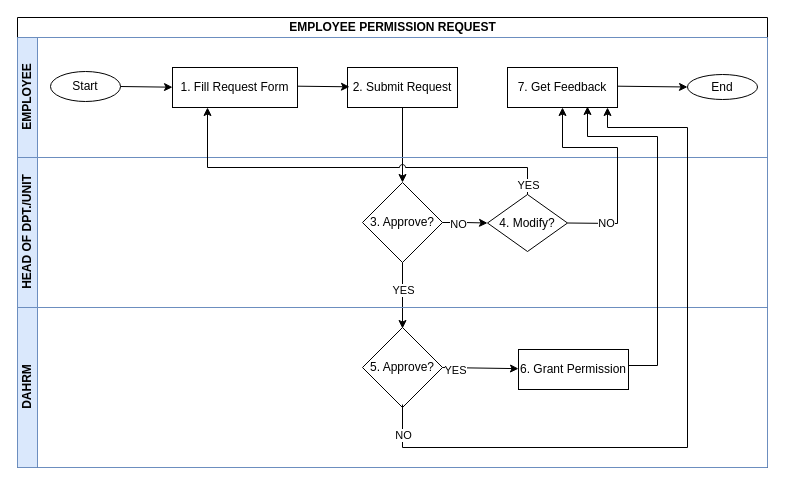
Before: page "employee permission request" (1 of 15) of wajibika/wajibika-sketches.drawio in MbalamulaS/tech-diagrams, a draw.io diagram. Source tidied: cells renumbered, new cells numbered last; positions are measured from the earlier drawing's top-left corner, leaving out a move shared by most shapes. Both pictures are drawn from the tidied source at 100%, with x=0, y=0 at pixel (17, 17).
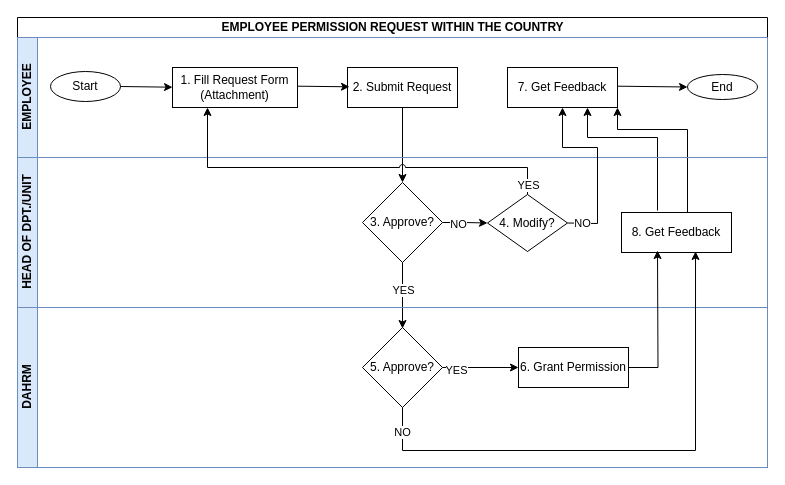
The same diagram, later.

Unchanged cells that the change refers to:
```xml
<mxCell id="3" value="EMPLOYEE" style="swimlane;startSize=20;horizontal=0;html=1;fillColor=#dae8fc;strokeColor=#6c8ebf;swimlaneFillColor=#FFFFFF;" parent="2" vertex="1">
  <mxGeometry y="20" width="750" height="120" as="geometry" />
</mxCell>
<mxCell id="9" value="7. Get Feedback" style="whiteSpace=wrap;html=1;" parent="3" vertex="1">
  <mxGeometry x="490" y="30" width="110" height="40" as="geometry" />
</mxCell>
<mxCell id="13" value="HEAD OF DPT./UNIT" style="swimlane;startSize=20;horizontal=0;html=1;fillColor=#dae8fc;strokeColor=#6c8ebf;" parent="2" vertex="1">
  <mxGeometry y="140" width="750" height="150" as="geometry" />
</mxCell>
<mxCell id="17" value="&lt;div&gt;4. Modify?&lt;br&gt;&lt;/div&gt;" style="rhombus;whiteSpace=wrap;html=1;" parent="13" vertex="1">
  <mxGeometry x="470" y="37" width="80" height="57" as="geometry" />
</mxCell>
<mxCell id="24" value="DAHRM" style="swimlane;startSize=20;horizontal=0;html=1;fillColor=#dae8fc;strokeColor=#6c8ebf;" parent="2" vertex="1">
  <mxGeometry y="290" width="750" height="160" as="geometry" />
</mxCell>
<mxCell id="25" value="&lt;div&gt;5. Approve?&lt;br&gt;&lt;/div&gt;" style="rhombus;whiteSpace=wrap;html=1;" parent="24" vertex="1">
  <mxGeometry x="345" y="20" width="80" height="80" as="geometry" />
</mxCell>
```

What changed in the source:
```diff
@@
-    <mxCell id="2" value="EMPLOYEE PERMISSION REQUEST" style="swimlane;horizontal=1;startSize=20;html=1;swimlaneFillColor=#FFFFFF;" parent="1" vertex="1">
+    <mxCell id="2" value="EMPLOYEE PERMISSION REQUEST WITHIN THE COUNTRY" style="swimlane;horizontal=1;startSize=20;html=1;swimlaneFillColor=#FFFFFF;" parent="1" vertex="1">
       <mxGeometry width="750" height="450" as="geometry" />
     </mxCell>
@@
-    <mxCell id="5" value="1. Fill Request Form" style="whiteSpace=wrap;html=1;" parent="3" vertex="1">
+    <mxCell id="5" value="1. Fill Request Form (Attachment)" style="whiteSpace=wrap;html=1;" parent="3" vertex="1">
       <mxGeometry x="155" y="30" width="125" height="40" as="geometry" />
     </mxCell>
@@
+    <mxCell id="32" style="endArrow=classic;html=1;rounded=0;entryX=1;entryY=1;entryDx=0;entryDy=0;exitX=0.273;exitY=0.2;exitDx=0;exitDy=0;exitPerimeter=0;" parent="3" edge="1" target="9">
+      <mxGeometry relative="1" as="geometry">
+        <mxPoint x="670" y="176" as="sourcePoint" />
+        <Array as="points">
+          <mxPoint x="670" y="92" />
+          <mxPoint x="600" y="92" />
+        </Array>
+      </mxGeometry>
+    </mxCell>
+    <mxCell id="33" style="endArrow=classic;html=1;rounded=0;entryX=0.727;entryY=1.075;entryDx=0;entryDy=0;entryPerimeter=0;" parent="3" edge="1">
+      <mxGeometry relative="1" as="geometry">
+        <mxPoint x="640" y="173" as="sourcePoint" />
+        <mxPoint x="570" y="70" as="targetPoint" />
+        <Array as="points">
+          <mxPoint x="640" y="100" />
+          <mxPoint x="570" y="100" />
+        </Array>
+      </mxGeometry>
+    </mxCell>
@@
+    <mxCell id="34" value="8. Get Feedback" style="whiteSpace=wrap;html=1;" parent="13" vertex="1">
+      <mxGeometry x="604" y="55" width="110" height="40" as="geometry" />
+    </mxCell>
     <mxCell id="22" style="endArrow=classic;html=1;rounded=0;exitX=1;exitY=0.5;exitDx=0;exitDy=0;entryX=0.5;entryY=1;entryDx=0;entryDy=0;" parent="2" edge="1" source="17" target="9">
       <mxGeometry relative="1" as="geometry">
         <Array as="points">
-          <mxPoint x="600" y="206" />
-          <mxPoint x="600" y="130" />
+          <mxPoint x="580" y="206" />
+          <mxPoint x="580" y="130" />
           <mxPoint x="545" y="130" />
         </Array>
       </mxGeometry>
     </mxCell>
-    <mxCell id="23" value="NO" style="edgeLabel;html=1;align=center;verticalAlign=middle;" parent="22" vertex="1">
-      <mxGeometry x="-0.65" relative="1" as="geometry" />
-    </mxCell>
+    <mxCell id="35" value="NO" style="edgeLabel;html=1;align=center;verticalAlign=middle;" parent="22" vertex="1">
+      <mxGeometry x="-0.83" relative="1" as="geometry" />
+    </mxCell>
@@
+    <mxCell id="36" style="edgeStyle=orthogonalEdgeStyle;rounded=0;jettySize=auto;html=1;" parent="24" edge="1" source="26">
+      <mxGeometry relative="1" as="geometry">
+        <mxPoint x="640" y="-57" as="targetPoint" />
+      </mxGeometry>
+    </mxCell>
     <mxCell id="26" value="6. Grant Permission" style="whiteSpace=wrap;html=1;" parent="24" vertex="1">
-      <mxGeometry x="501" y="42" width="110" height="40" as="geometry" />
+      <mxGeometry x="501" y="40" width="110" height="40" as="geometry" />
     </mxCell>
@@
-    <mxCell id="29" style="endArrow=classic;html=1;rounded=0;exitX=0.5;exitY=1;exitDx=0;exitDy=0;" parent="2" edge="1">
-      <mxGeometry relative="1" as="geometry">
-        <mxPoint x="385" y="387" as="sourcePoint" />
-        <mxPoint x="590" y="90" as="targetPoint" />
-        <Array as="points">
-          <mxPoint x="385" y="430" />
-          <mxPoint x="670" y="430" />
-          <mxPoint x="670" y="110" />
-          <mxPoint x="590" y="110" />
-        </Array>
-      </mxGeometry>
-    </mxCell>
-    <mxCell id="30" value="NO" style="edgeLabel;html=1;align=center;verticalAlign=middle;" parent="29" vertex="1">
-      <mxGeometry x="-0.92" relative="1" as="geometry" />
-    </mxCell>
-    <mxCell id="31" style="endArrow=classic;html=1;rounded=0;exitX=1;exitY=0.5;exitDx=0;exitDy=0;entryX=0.727;entryY=1.075;entryDx=0;entryDy=0;entryPerimeter=0;" parent="2" edge="1">
-      <mxGeometry relative="1" as="geometry">
-        <mxPoint x="611" y="348" as="sourcePoint" />
-        <mxPoint x="570" y="89" as="targetPoint" />
-        <Array as="points">
-          <mxPoint x="640" y="348" />
-          <mxPoint x="640" y="119" />
-          <mxPoint x="570" y="119" />
-        </Array>
-      </mxGeometry>
-    </mxCell>
+    <mxCell id="37" style="endArrow=classic;html=1;rounded=0;exitX=0.5;exitY=1;exitDx=0;exitDy=0;entryX=0.673;entryY=0.975;entryDx=0;entryDy=0;entryPerimeter=0;" parent="2" edge="1" source="25" target="34">
+      <mxGeometry relative="1" as="geometry">
+        <Array as="points">
+          <mxPoint x="385" y="433" />
+          <mxPoint x="678" y="433" />
+        </Array>
+      </mxGeometry>
+    </mxCell>
+    <mxCell id="38" value="NO" style="edgeLabel;html=1;align=center;verticalAlign=middle;" parent="37" vertex="1">
+      <mxGeometry x="-0.91" y="-1" relative="1" as="geometry" />
+    </mxCell>
```
